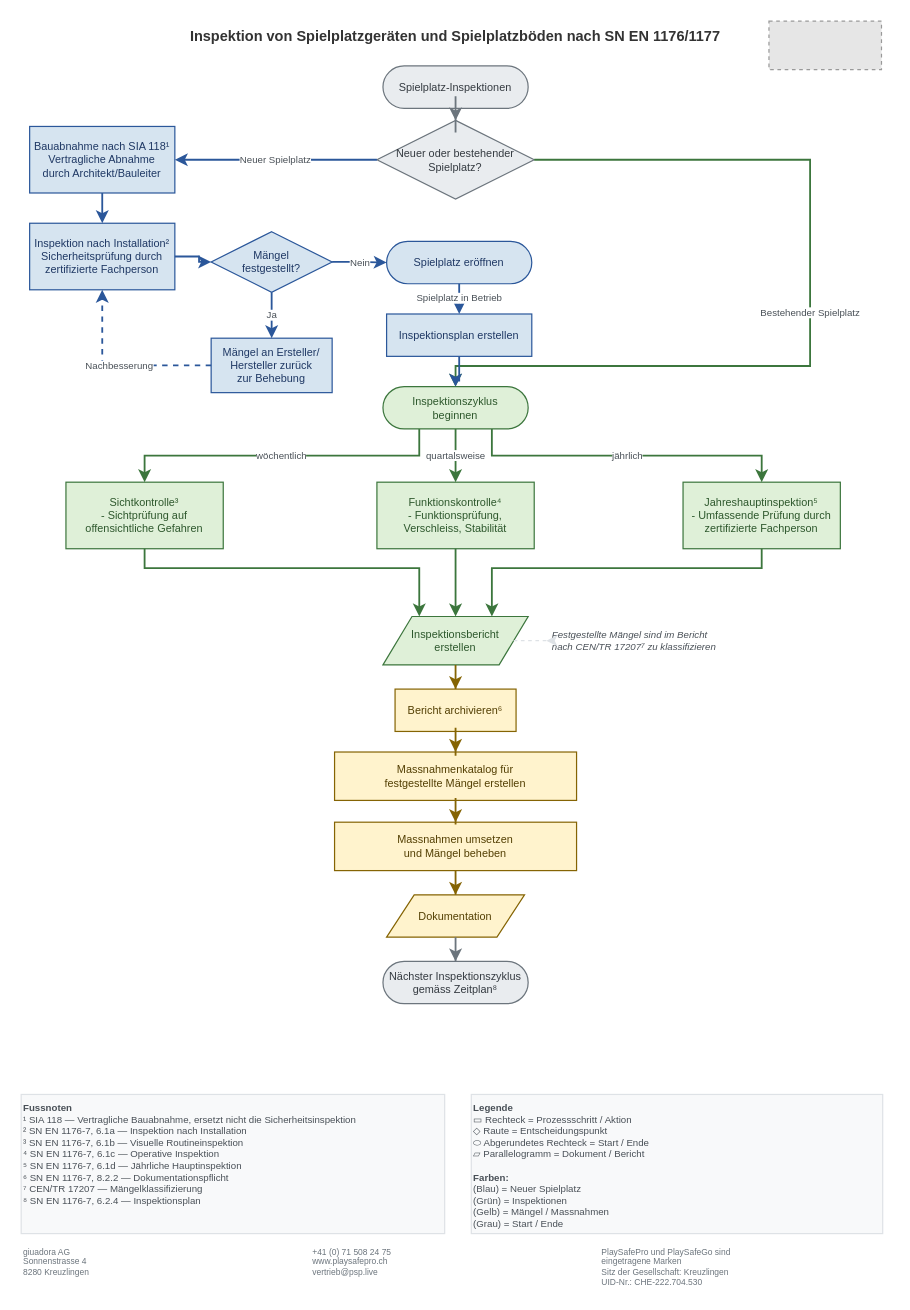
Before: Inspektion-von-Spielplatzgeraeten-und-Spielplatzboeden/Spielplatzinspektionen.drawio in giuadora/ch.playsafepro.flowcharts, a draw.io diagram. Source tidied: cells renumbered, new cells numbered last; positions are measured from the earlier drawing's top-left corner, leaving out a move shared by most shapes. Both pictures are drawn from the tidied source at 121%, with x=0, y=0 at pixel (21, 21). Pictures stored in the file or linked from it are replaced by grey dashed boxes.
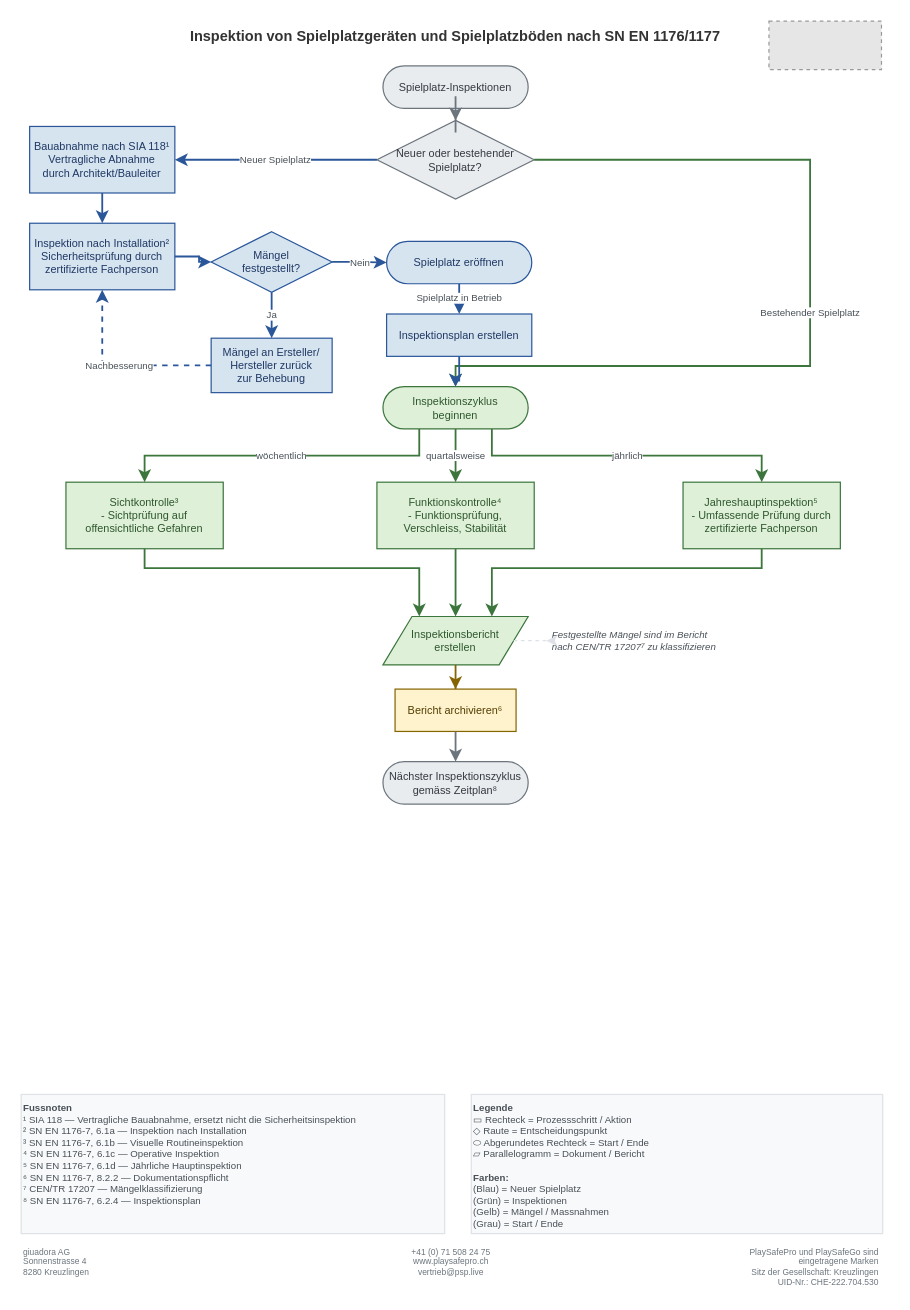
The same page after the edit.

Unchanged cells that the change refers to:
```xml
<mxCell id="21" value="Bericht archivieren⁶" style="rounded=0;whiteSpace=wrap;html=1;fillColor=#FFF3CD;strokeColor=#856404;fontColor=#533F03;fontSize=9;fontFamily=Helvetica;align=center;" parent="1" vertex="1">
  <mxGeometry x="309" y="552" width="100" height="35" as="geometry" />
</mxCell>
```

Diff of the diagram source:
```diff
@@
     <mxCell id="4" value="giuadora AG&lt;br&gt;Sonnenstrasse 4&lt;br&gt;8280 Kreuzlingen" style="text;html=1;align=left;verticalAlign=top;whiteSpace=wrap;fontSize=7;fontFamily=Helvetica;fontColor=#6C757D;" parent="1" vertex="1">
-      <mxGeometry y="1007" width="239" height="35" as="geometry" />
+      <mxGeometry y="1007" width="237" height="35" as="geometry" />
     </mxCell>
-    <mxCell id="5" value="+41 (0) 71 508 24 75&lt;br&gt;www.playsafepro.ch&lt;br&gt;vertrieb@psp.live" style="text;html=1;align=left;verticalAlign=top;whiteSpace=wrap;fontSize=7;fontFamily=Helvetica;fontColor=#6C757D;" parent="1" vertex="1">
-      <mxGeometry x="239" y="1007" width="239" height="35" as="geometry" />
+    <mxCell id="5" value="+41 (0) 71 508 24 75&lt;br&gt;www.playsafepro.ch&lt;br&gt;vertrieb@psp.live" style="text;html=1;align=center;verticalAlign=top;whiteSpace=wrap;fontSize=7;fontFamily=Helvetica;fontColor=#6C757D;" parent="1" vertex="1">
+      <mxGeometry x="237" y="1007" width="237" height="35" as="geometry" />
     </mxCell>
-    <mxCell id="6" value="PlaySafePro und PlaySafeGo sind&lt;br&gt;eingetragene Marken&lt;br&gt;Sitz der Gesellschaft: Kreuzlingen&lt;br&gt;UID-Nr.: CHE-222.704.530" style="text;html=1;align=left;verticalAlign=top;whiteSpace=wrap;fontSize=7;fontFamily=Helvetica;fontColor=#6C757D;" parent="1" vertex="1">
-      <mxGeometry x="478" y="1007" width="239" height="35" as="geometry" />
+    <mxCell id="6" value="PlaySafePro und PlaySafeGo sind&lt;br&gt;eingetragene Marken&lt;br&gt;Sitz der Gesellschaft: Kreuzlingen&lt;br&gt;UID-Nr.: CHE-222.704.530" style="text;html=1;align=right;verticalAlign=top;whiteSpace=wrap;fontSize=7;fontFamily=Helvetica;fontColor=#6C757D;" parent="1" vertex="1">
+      <mxGeometry x="474" y="1007" width="237" height="35" as="geometry" />
     </mxCell>
@@
-    <mxCell id="22" value="Massnahmenkatalog für&lt;br&gt;festgestellte Mängel erstellen" style="rounded=0;whiteSpace=wrap;html=1;fillColor=#FFF3CD;strokeColor=#856404;fontColor=#533F03;fontSize=9;fontFamily=Helvetica;align=center;" parent="1" vertex="1">
-      <mxGeometry x="259" y="604" width="200" height="40" as="geometry" />
-    </mxCell>
-    <mxCell id="23" value="Massnahmen umsetzen&lt;br&gt;und Mängel beheben" style="rounded=0;whiteSpace=wrap;html=1;fillColor=#FFF3CD;strokeColor=#856404;fontColor=#533F03;fontSize=9;fontFamily=Helvetica;align=center;" parent="1" vertex="1">
-      <mxGeometry x="259" y="662" width="200" height="40" as="geometry" />
-    </mxCell>
-    <mxCell id="24" value="Dokumentation" style="shape=parallelogram;perimeter=parallelogramPerimeter;whiteSpace=wrap;html=1;fillColor=#FFF3CD;strokeColor=#856404;fontColor=#533F03;fontSize=9;fontFamily=Helvetica;align=center;" parent="1" vertex="1">
-      <mxGeometry x="302" y="722" width="114" height="35" as="geometry" />
-    </mxCell>
     <mxCell id="25" value="Nächster Inspektionszyklus&lt;br&gt;gemäss Zeitplan⁸" style="rounded=1;whiteSpace=wrap;html=1;fillColor=#E9ECEF;strokeColor=#6C757D;fontColor=#343A40;fontSize=9;fontFamily=Helvetica;arcSize=50;" parent="1" vertex="1">
-      <mxGeometry x="299" y="777" width="120" height="35" as="geometry" />
+      <mxGeometry x="299" y="612" width="120" height="35" as="geometry" />
     </mxCell>
@@
-    <mxCell id="45" style="edgeStyle=orthogonalEdgeStyle;rounded=0;jettySize=auto;html=1;strokeColor=#856404;strokeWidth=1.5;" parent="1" edge="1" source="21" target="22">
-      <mxGeometry relative="1" as="geometry" />
-    </mxCell>
-    <mxCell id="46" style="edgeStyle=orthogonalEdgeStyle;rounded=0;jettySize=auto;html=1;strokeColor=#856404;strokeWidth=1.5;" parent="1" edge="1" source="22" target="23">
-      <mxGeometry relative="1" as="geometry" />
-    </mxCell>
-    <mxCell id="47" style="edgeStyle=orthogonalEdgeStyle;rounded=0;jettySize=auto;html=1;strokeColor=#856404;strokeWidth=1.5;" parent="1" edge="1" source="23" target="24">
-      <mxGeometry relative="1" as="geometry" />
-    </mxCell>
-    <mxCell id="48" style="edgeStyle=orthogonalEdgeStyle;rounded=0;jettySize=auto;html=1;strokeColor=#6C757D;strokeWidth=1.5;" parent="1" edge="1" source="24" target="25">
+    <mxCell id="48" style="edgeStyle=orthogonalEdgeStyle;rounded=0;jettySize=auto;html=1;strokeColor=#6C757D;strokeWidth=1.5;" parent="1" edge="1" source="21" target="25">
       <mxGeometry relative="1" as="geometry" />
     </mxCell>
```
